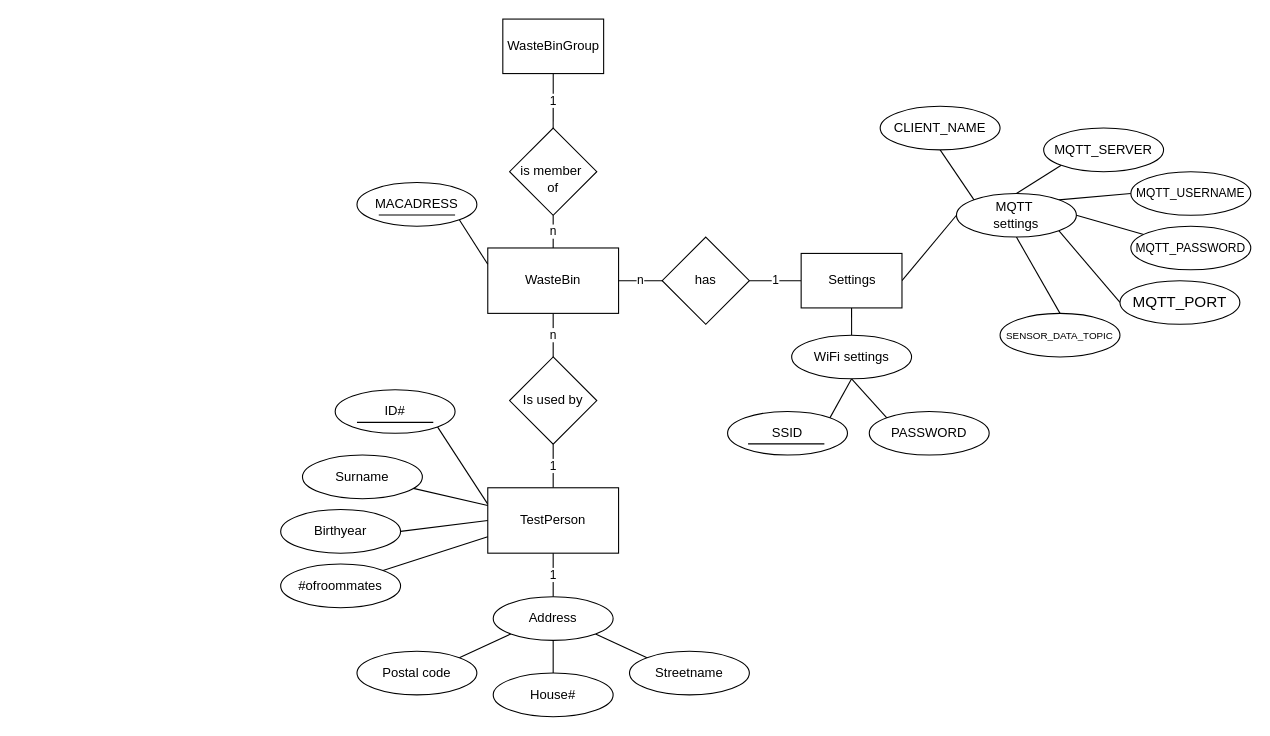
Casperdroid5/IoT-WasteBin-prototype keeps this draw.io diagram as WasteBinDBER.drawio. Above is the earlier version. Source tidied: cells renumbered, new cells numbered last; positions are measured from the earlier drawing's top-left corner, leaving out a move shared by most shapes. Both pictures are drawn from the tidied source at 109%, with x=0, y=0 at pixel (280, 19).
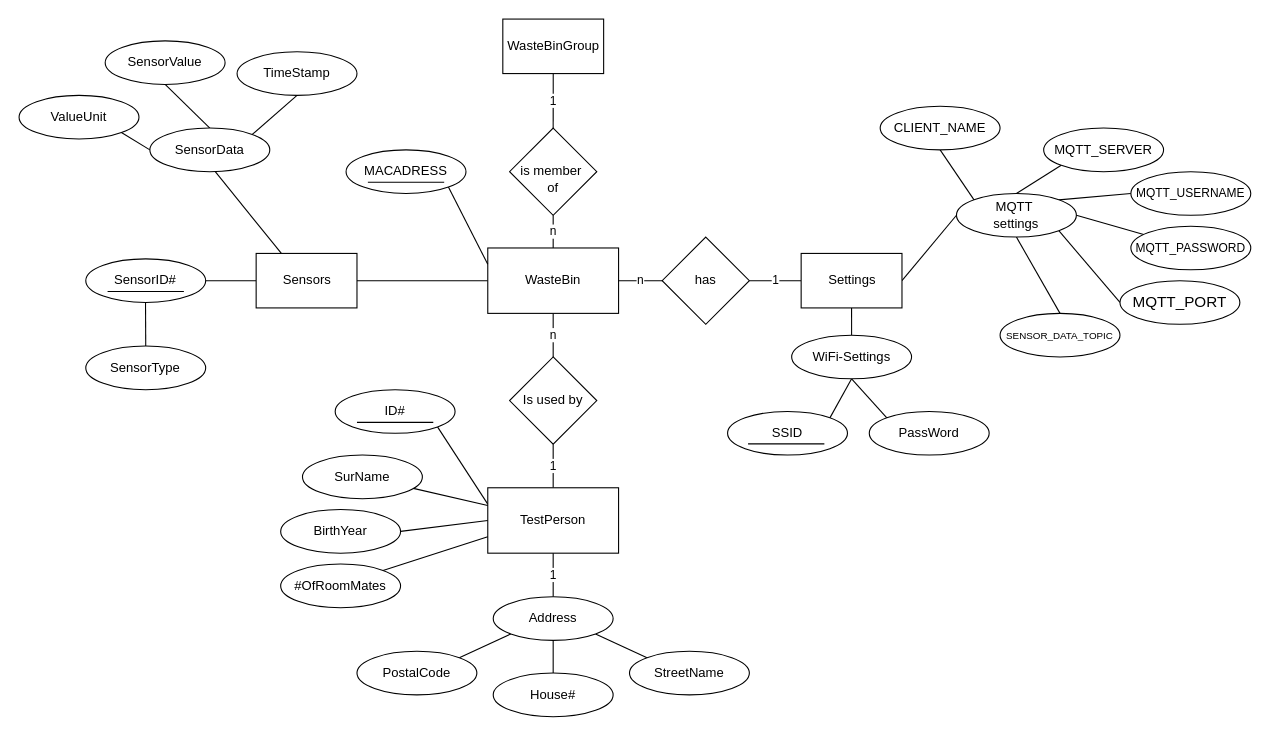
After the change.

Commit message (it also covers changes not shown here):
added modified Database design

Unchanged cells that the change refers to:
```xml
<mxCell id="4" value="WasteBin" style="rounded=0;whiteSpace=wrap;html=1;" parent="1" vertex="1">
  <mxGeometry x="190" y="210" width="120" height="60" as="geometry" />
</mxCell>
```

Diff of the diagram source:
```diff
@@
+    <mxCell id="56" style="edgeStyle=none;html=1;exitX=0;exitY=0.5;exitDx=0;exitDy=0;entryX=1;entryY=0.5;entryDx=0;entryDy=0;endArrow=none;endFill=0;" parent="1" edge="1" source="4" target="59">
+      <mxGeometry relative="1" as="geometry">
+        <Array as="points">
+          <mxPoint x="160" y="240" />
+        </Array>
+      </mxGeometry>
+    </mxCell>
@@
     <mxCell id="8" value="MACADRESS" style="ellipse;whiteSpace=wrap;html=1;" parent="1" vertex="1">
-      <mxGeometry x="70" y="150" width="110" height="40" as="geometry" />
+      <mxGeometry x="60" y="120" width="110" height="40" as="geometry" />
     </mxCell>
@@
-    <mxCell id="17" value="Surname" style="ellipse;whiteSpace=wrap;html=1;" parent="1" vertex="1">
+    <mxCell id="17" value="SurName" style="ellipse;whiteSpace=wrap;html=1;" parent="1" vertex="1">
       <mxGeometry x="20" y="400" width="110" height="40" as="geometry" />
     </mxCell>
@@
-    <mxCell id="19" value="Birthyear" style="ellipse;whiteSpace=wrap;html=1;" parent="1" vertex="1">
+    <mxCell id="19" value="BirthYear" style="ellipse;whiteSpace=wrap;html=1;" parent="1" vertex="1">
       <mxGeometry y="450" width="110" height="40" as="geometry" />
     </mxCell>
@@
-    <mxCell id="21" value="#ofroommates" style="ellipse;whiteSpace=wrap;html=1;" parent="1" vertex="1">
+    <mxCell id="21" value="#OfRoomMates" style="ellipse;whiteSpace=wrap;html=1;" parent="1" vertex="1">
       <mxGeometry y="500" width="110" height="40" as="geometry" />
     </mxCell>
@@
-    <mxCell id="23" value="Streetname" style="ellipse;whiteSpace=wrap;html=1;" parent="1" vertex="1">
+    <mxCell id="23" value="StreetName" style="ellipse;whiteSpace=wrap;html=1;" parent="1" vertex="1">
       <mxGeometry x="320" y="580" width="110" height="40" as="geometry" />
     </mxCell>
@@
-    <mxCell id="29" value="Postal code" style="ellipse;whiteSpace=wrap;html=1;" parent="1" vertex="1">
+    <mxCell id="29" value="PostalCode" style="ellipse;whiteSpace=wrap;html=1;" parent="1" vertex="1">
       <mxGeometry x="70" y="580" width="110" height="40" as="geometry" />
     </mxCell>
@@
-    <mxCell id="48" value="PASSWORD" style="ellipse;whiteSpace=wrap;html=1;" parent="1" vertex="1">
+    <mxCell id="48" value="PassWord" style="ellipse;whiteSpace=wrap;html=1;" parent="1" vertex="1">
       <mxGeometry x="540" y="360" width="110" height="40" as="geometry" />
     </mxCell>
@@
-    <mxCell id="51" value="WiFi settings" style="ellipse;whiteSpace=wrap;html=1;" parent="1" vertex="1">
+    <mxCell id="51" value="WiFi-Settings" style="ellipse;whiteSpace=wrap;html=1;" parent="1" vertex="1">
       <mxGeometry x="468.8" y="290" width="110" height="40" as="geometry" />
     </mxCell>
@@
     <mxCell id="53" style="endArrow=none;html=1;" parent="1" edge="1">
       <mxGeometry relative="1" as="geometry">
-        <mxPoint x="90" y="179.7" as="sourcePoint" />
-        <mxPoint x="160" y="179.7" as="targetPoint" />
+        <mxPoint x="80" y="149.7" as="sourcePoint" />
+        <mxPoint x="150" y="149.7" as="targetPoint" />
       </mxGeometry>
     </mxCell>
@@
+    <mxCell id="57" style="edgeStyle=none;html=1;exitX=0;exitY=0.5;exitDx=0;exitDy=0;entryX=1;entryY=0.5;entryDx=0;entryDy=0;endArrow=none;endFill=0;" parent="1" edge="1" source="59">
+      <mxGeometry relative="1" as="geometry">
+        <mxPoint x="-77.5" y="240" as="targetPoint" />
+      </mxGeometry>
+    </mxCell>
+    <mxCell id="58" style="edgeStyle=none;html=1;exitX=0.25;exitY=0;exitDx=0;exitDy=0;endArrow=none;endFill=0;" parent="1" edge="1" source="59">
+      <mxGeometry relative="1" as="geometry">
+        <mxPoint x="-60" y="140" as="targetPoint" />
+      </mxGeometry>
+    </mxCell>
+    <mxCell id="59" value="Sensors" style="rounded=0;whiteSpace=wrap;html=1;" parent="1" vertex="1">
+      <mxGeometry x="-22.5" y="215" width="92.5" height="50" as="geometry" />
+    </mxCell>
+    <mxCell id="60" value="SensorID#" style="ellipse;whiteSpace=wrap;html=1;" parent="1" vertex="1">
+      <mxGeometry x="-178.8" y="220" width="110" height="40" as="geometry" />
+    </mxCell>
+    <mxCell id="61" style="endArrow=none;html=1;" parent="1" edge="1">
+      <mxGeometry relative="1" as="geometry">
+        <mxPoint x="-158.8" y="250" as="sourcePoint" />
+        <mxPoint x="-88.8" y="250" as="targetPoint" />
+      </mxGeometry>
+    </mxCell>
+    <mxCell id="62" style="edgeStyle=none;html=1;exitX=0.5;exitY=0;exitDx=0;exitDy=0;endArrow=none;endFill=0;" parent="1" edge="1" source="63">
+      <mxGeometry relative="1" as="geometry">
+        <mxPoint x="-124" y="260" as="targetPoint" />
+      </mxGeometry>
+    </mxCell>
+    <mxCell id="63" value="SensorType" style="ellipse;whiteSpace=wrap;html=1;" parent="1" vertex="1">
+      <mxGeometry x="-178.8" y="300" width="110" height="40" as="geometry" />
+    </mxCell>
+    <mxCell id="64" value="SensorValue" style="ellipse;whiteSpace=wrap;html=1;" parent="1" vertex="1">
+      <mxGeometry x="-161" y="20" width="110" height="40" as="geometry" />
+    </mxCell>
+    <mxCell id="65" value="ValueUnit" style="ellipse;whiteSpace=wrap;html=1;" parent="1" vertex="1">
+      <mxGeometry x="-240" y="70" width="110" height="40" as="geometry" />
+    </mxCell>
+    <mxCell id="66" value="TimeStamp" style="ellipse;whiteSpace=wrap;html=1;" parent="1" vertex="1">
+      <mxGeometry x="-40" y="30" width="110" height="40" as="geometry" />
+    </mxCell>
+    <mxCell id="67" style="edgeStyle=none;html=1;exitX=0;exitY=0.5;exitDx=0;exitDy=0;entryX=1;entryY=1;entryDx=0;entryDy=0;endArrow=none;endFill=0;" parent="1" edge="1" source="70" target="65">
+      <mxGeometry relative="1" as="geometry" />
+    </mxCell>
+    <mxCell id="68" style="edgeStyle=none;html=1;exitX=0.5;exitY=0;exitDx=0;exitDy=0;entryX=0.5;entryY=1;entryDx=0;entryDy=0;endArrow=none;endFill=0;" parent="1" edge="1" source="70" target="64">
+      <mxGeometry relative="1" as="geometry" />
+    </mxCell>
+    <mxCell id="69" style="edgeStyle=none;html=1;exitX=1;exitY=0;exitDx=0;exitDy=0;entryX=0.5;entryY=1;entryDx=0;entryDy=0;endArrow=none;endFill=0;" parent="1" edge="1" source="70" target="66">
+      <mxGeometry relative="1" as="geometry" />
+    </mxCell>
+    <mxCell id="70" value="SensorData" style="ellipse;whiteSpace=wrap;html=1;" parent="1" vertex="1">
+      <mxGeometry x="-120" y="100" width="110" height="40" as="geometry" />
+    </mxCell>
```
